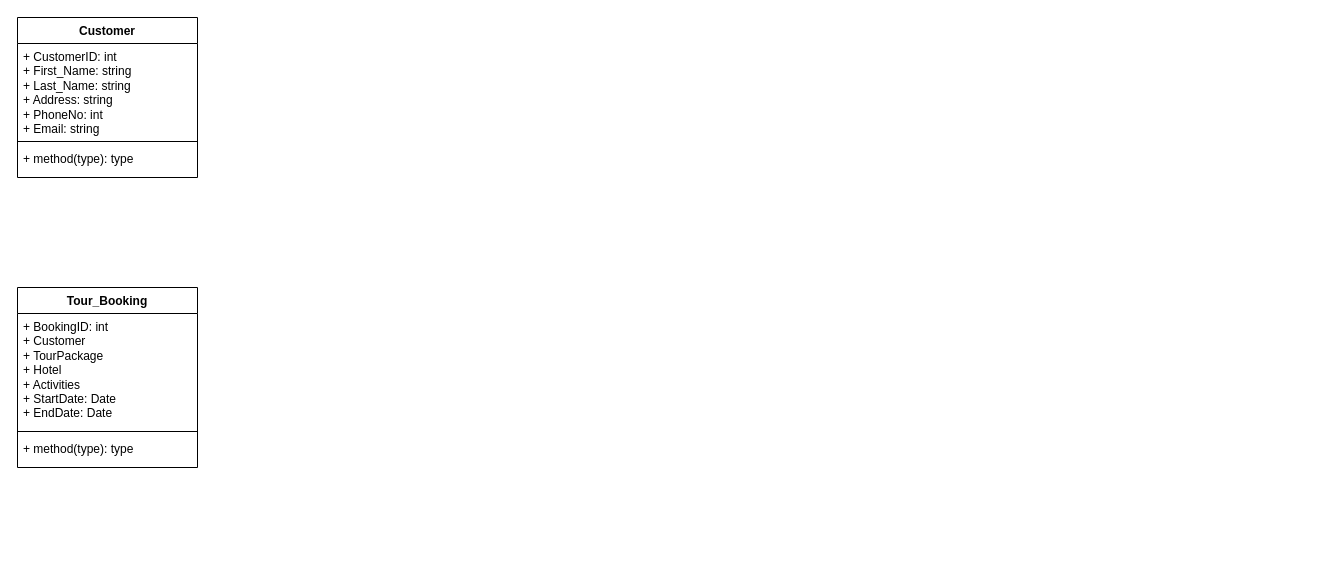
This is Class Diagram Tour.drawio from ziard47/Diagram, a draw.io file, before an edit. Source tidied: cells renumbered, new cells numbered last; positions are measured from the earlier drawing's top-left corner, leaving out a move shared by most shapes. Both pictures are drawn from the tidied source at 100%, with x=0, y=0 at pixel (17, 17).
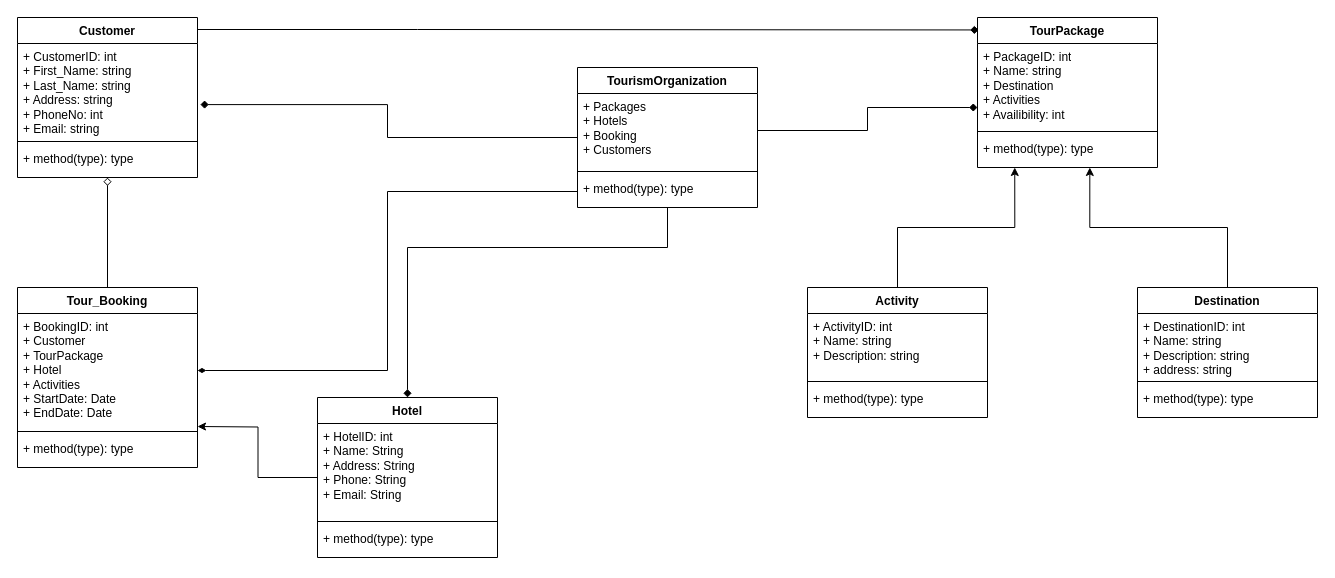
Above is the later version.

Unchanged cells that the change refers to:
```xml
<mxCell id="2" value="Customer" style="swimlane;fontStyle=1;align=center;verticalAlign=top;horizontal=1;startSize=26;whiteSpace=wrap;html=1;" parent="1" vertex="1">
  <mxGeometry width="180" height="160" as="geometry" />
</mxCell>
<mxCell id="3" value="+ CustomerID: int&lt;br&gt;+ First_Name: string&lt;br&gt;+ Last_Name: string&lt;br&gt;+ Address: string&lt;br&gt;+ PhoneNo: int&lt;br&gt;+ Email: string" style="text;strokeColor=none;fillColor=none;align=left;verticalAlign=top;spacingLeft=4;spacingRight=4;overflow=hidden;points=[[0,0.5],[1,0.5]];portConstraint=eastwest;whiteSpace=wrap;html=1;" parent="2" vertex="1">
  <mxGeometry y="26" width="180" height="94" as="geometry" />
</mxCell>
<mxCell id="5" value="+ method(type): type" style="text;strokeColor=none;fillColor=none;align=left;verticalAlign=top;spacingLeft=4;spacingRight=4;overflow=hidden;points=[[0,0.5],[1,0.5]];portConstraint=eastwest;whiteSpace=wrap;html=1;" parent="2" vertex="1">
  <mxGeometry y="128" width="180" height="32" as="geometry" />
</mxCell>
<mxCell id="6" value="Tour_Booking" style="swimlane;fontStyle=1;align=center;verticalAlign=top;horizontal=1;startSize=26;whiteSpace=wrap;html=1;" parent="1" vertex="1">
  <mxGeometry y="270" width="180" height="180" as="geometry" />
</mxCell>
<mxCell id="7" value="+ BookingID: int&lt;br&gt;+ Customer&lt;br&gt;+ TourPackage&lt;br&gt;+ Hotel&lt;br&gt;+ Activities&lt;br&gt;+ StartDate: Date&lt;br&gt;+ EndDate: Date" style="text;strokeColor=none;fillColor=none;align=left;verticalAlign=top;spacingLeft=4;spacingRight=4;overflow=hidden;points=[[0,0.5],[1,0.5]];portConstraint=eastwest;whiteSpace=wrap;html=1;" parent="6" vertex="1">
  <mxGeometry y="26" width="180" height="114" as="geometry" />
</mxCell>
```

Diff of the diagram source:
```diff
@@
+    <mxCell id="10" style="edgeStyle=orthogonalEdgeStyle;rounded=0;jettySize=auto;html=1;entryX=0.006;entryY=0.083;entryDx=0;entryDy=0;entryPerimeter=0;endArrow=diamond;endFill=1;" parent="1" edge="1" source="2" target="24">
+      <mxGeometry relative="1" as="geometry">
+        <Array as="points">
+          <mxPoint x="400" y="12" />
+          <mxPoint x="400" y="12" />
+        </Array>
+      </mxGeometry>
+    </mxCell>
@@
+    <mxCell id="11" style="edgeStyle=orthogonalEdgeStyle;rounded=0;jettySize=auto;html=1;entryX=0.5;entryY=1;entryDx=0;entryDy=0;entryPerimeter=0;endArrow=diamond;endFill=0;" parent="1" edge="1" source="6" target="5">
+      <mxGeometry relative="1" as="geometry" />
+    </mxCell>
@@
+    <mxCell id="12" style="edgeStyle=orthogonalEdgeStyle;rounded=0;jettySize=auto;html=1;" parent="1" edge="1" source="13">
+      <mxGeometry relative="1" as="geometry">
+        <mxPoint x="180" y="409" as="targetPoint" />
+      </mxGeometry>
+    </mxCell>
+    <mxCell id="13" value="Hotel" style="swimlane;fontStyle=1;align=center;verticalAlign=top;horizontal=1;startSize=26;whiteSpace=wrap;html=1;" parent="1" vertex="1">
+      <mxGeometry x="300" y="380" width="180" height="160" as="geometry" />
+    </mxCell>
+    <mxCell id="14" value="+ HotelID: int&lt;br&gt;+ Name: String&lt;br&gt;+ Address: String&lt;br&gt;+ Phone: String&lt;br&gt;+ Email: String&lt;br&gt;" style="text;strokeColor=none;fillColor=none;align=left;verticalAlign=top;spacingLeft=4;spacingRight=4;overflow=hidden;whiteSpace=wrap;html=1;" parent="13" vertex="1">
+      <mxGeometry y="26" width="180" height="94" as="geometry" />
+    </mxCell>
+    <mxCell id="15" style="line;strokeWidth=1;fillColor=none;align=left;verticalAlign=middle;spacingTop=-1;spacingLeft=3;spacingRight=3;labelPosition=right;strokeColor=inherit;" parent="13" vertex="1">
+      <mxGeometry y="120" width="180" height="8" as="geometry" />
+    </mxCell>
+    <mxCell id="16" value="+ method(type): type" style="text;strokeColor=none;fillColor=none;align=left;verticalAlign=top;spacingLeft=4;spacingRight=4;overflow=hidden;whiteSpace=wrap;html=1;" parent="13" vertex="1">
+      <mxGeometry y="128" width="180" height="32" as="geometry" />
+    </mxCell>
+    <mxCell id="17" style="edgeStyle=orthogonalEdgeStyle;rounded=0;jettySize=auto;html=1;entryX=1.016;entryY=0.65;entryDx=0;entryDy=0;entryPerimeter=0;endArrow=diamond;endFill=1;" parent="1" edge="1" source="20" target="3">
+      <mxGeometry relative="1" as="geometry" />
+    </mxCell>
+    <mxCell id="18" style="edgeStyle=orthogonalEdgeStyle;rounded=0;jettySize=auto;html=1;entryX=1;entryY=0.5;entryDx=0;entryDy=0;exitX=0;exitY=0.5;exitDx=0;exitDy=0;endArrow=diamondThin;endFill=1;" parent="1" edge="1" source="23" target="7">
+      <mxGeometry relative="1" as="geometry" />
+    </mxCell>
+    <mxCell id="19" style="edgeStyle=orthogonalEdgeStyle;rounded=0;jettySize=auto;html=1;entryX=0.5;entryY=0;entryDx=0;entryDy=0;endArrow=diamond;endFill=1;" parent="1" edge="1" source="20" target="13">
+      <mxGeometry relative="1" as="geometry">
+        <Array as="points">
+          <mxPoint x="650" y="230" />
+          <mxPoint x="390" y="230" />
+        </Array>
+      </mxGeometry>
+    </mxCell>
+    <mxCell id="20" value="TourismOrganization" style="swimlane;fontStyle=1;align=center;verticalAlign=top;horizontal=1;startSize=26;whiteSpace=wrap;html=1;" parent="1" vertex="1">
+      <mxGeometry x="560" y="50" width="180" height="140" as="geometry" />
+    </mxCell>
+    <mxCell id="21" value="+ Packages&lt;br&gt;+ Hotels&lt;br&gt;+ Booking&lt;br&gt;+ Customers&lt;br&gt;" style="text;strokeColor=none;fillColor=none;align=left;verticalAlign=top;spacingLeft=4;spacingRight=4;overflow=hidden;points=[[0,0.5],[1,0.5]];portConstraint=eastwest;whiteSpace=wrap;html=1;" parent="20" vertex="1">
+      <mxGeometry y="26" width="180" height="74" as="geometry" />
+    </mxCell>
+    <mxCell id="22" style="line;strokeWidth=1;fillColor=none;align=left;verticalAlign=middle;spacingTop=-1;spacingLeft=3;spacingRight=3;labelPosition=right;strokeColor=inherit;" parent="20" vertex="1">
+      <mxGeometry y="100" width="180" height="8" as="geometry" />
+    </mxCell>
+    <mxCell id="23" value="+ method(type): type" style="text;strokeColor=none;fillColor=none;align=left;verticalAlign=top;spacingLeft=4;spacingRight=4;overflow=hidden;points=[[0,0.5],[1,0.5]];portConstraint=eastwest;whiteSpace=wrap;html=1;" parent="20" vertex="1">
+      <mxGeometry y="108" width="180" height="32" as="geometry" />
+    </mxCell>
+    <mxCell id="24" value="TourPackage" style="swimlane;fontStyle=1;align=center;verticalAlign=top;horizontal=1;startSize=26;whiteSpace=wrap;html=1;" parent="1" vertex="1">
+      <mxGeometry x="960" width="180" height="150" as="geometry" />
+    </mxCell>
+    <mxCell id="25" value="+ PackageID: int&lt;br&gt;+ Name: string&lt;br&gt;+ Destination&lt;br&gt;+ Activities&lt;br&gt;+ Availibility: int" style="text;strokeColor=none;fillColor=none;align=left;verticalAlign=top;spacingLeft=4;spacingRight=4;overflow=hidden;points=[[0,0.5],[1,0.5]];portConstraint=eastwest;whiteSpace=wrap;html=1;" parent="24" vertex="1">
+      <mxGeometry y="26" width="180" height="84" as="geometry" />
+    </mxCell>
+    <mxCell id="26" style="line;strokeWidth=1;fillColor=none;align=left;verticalAlign=middle;spacingTop=-1;spacingLeft=3;spacingRight=3;labelPosition=right;strokeColor=inherit;" parent="24" vertex="1">
+      <mxGeometry y="110" width="180" height="8" as="geometry" />
+    </mxCell>
+    <mxCell id="27" value="+ method(type): type" style="text;strokeColor=none;fillColor=none;align=left;verticalAlign=top;spacingLeft=4;spacingRight=4;overflow=hidden;points=[[0,0.5],[1,0.5]];portConstraint=eastwest;whiteSpace=wrap;html=1;" parent="24" vertex="1">
+      <mxGeometry y="118" width="180" height="32" as="geometry" />
+    </mxCell>
+    <mxCell id="28" style="edgeStyle=orthogonalEdgeStyle;rounded=0;jettySize=auto;html=1;entryX=0.207;entryY=1;entryDx=0;entryDy=0;entryPerimeter=0;" parent="1" edge="1" source="29" target="27">
+      <mxGeometry relative="1" as="geometry" />
+    </mxCell>
+    <mxCell id="29" value="Activity" style="swimlane;fontStyle=1;align=center;verticalAlign=top;horizontal=1;startSize=26;whiteSpace=wrap;html=1;" parent="1" vertex="1">
+      <mxGeometry x="790" y="270" width="180" height="130" as="geometry" />
+    </mxCell>
+    <mxCell id="30" value="+ ActivityID: int&lt;br&gt;+ Name: string&lt;br&gt;+ Description: string&lt;br&gt;" style="text;strokeColor=none;fillColor=none;align=left;verticalAlign=top;spacingLeft=4;spacingRight=4;overflow=hidden;whiteSpace=wrap;html=1;" parent="29" vertex="1">
+      <mxGeometry y="26" width="180" height="64" as="geometry" />
+    </mxCell>
+    <mxCell id="31" style="line;strokeWidth=1;fillColor=none;align=left;verticalAlign=middle;spacingTop=-1;spacingLeft=3;spacingRight=3;labelPosition=right;strokeColor=inherit;" parent="29" vertex="1">
+      <mxGeometry y="90" width="180" height="8" as="geometry" />
+    </mxCell>
+    <mxCell id="32" value="+ method(type): type" style="text;strokeColor=none;fillColor=none;align=left;verticalAlign=top;spacingLeft=4;spacingRight=4;overflow=hidden;whiteSpace=wrap;html=1;" parent="29" vertex="1">
+      <mxGeometry y="98" width="180" height="32" as="geometry" />
+    </mxCell>
+    <mxCell id="33" style="edgeStyle=orthogonalEdgeStyle;rounded=0;jettySize=auto;html=1;entryX=0.624;entryY=1;entryDx=0;entryDy=0;entryPerimeter=0;" parent="1" edge="1" source="34" target="27">
+      <mxGeometry relative="1" as="geometry" />
+    </mxCell>
+    <mxCell id="34" value="Destination" style="swimlane;fontStyle=1;align=center;verticalAlign=top;horizontal=1;startSize=26;whiteSpace=wrap;html=1;" parent="1" vertex="1">
+      <mxGeometry x="1120" y="270" width="180" height="130" as="geometry" />
+    </mxCell>
+    <mxCell id="35" value="+ DestinationID: int&lt;br&gt;+ Name: string&lt;br&gt;+ Description: string&lt;br&gt;+ address: string" style="text;strokeColor=none;fillColor=none;align=left;verticalAlign=top;spacingLeft=4;spacingRight=4;overflow=hidden;whiteSpace=wrap;html=1;" parent="34" vertex="1">
+      <mxGeometry y="26" width="180" height="64" as="geometry" />
+    </mxCell>
+    <mxCell id="36" style="line;strokeWidth=1;fillColor=none;align=left;verticalAlign=middle;spacingTop=-1;spacingLeft=3;spacingRight=3;labelPosition=right;strokeColor=inherit;" parent="34" vertex="1">
+      <mxGeometry y="90" width="180" height="8" as="geometry" />
+    </mxCell>
+    <mxCell id="37" value="+ method(type): type" style="text;strokeColor=none;fillColor=none;align=left;verticalAlign=top;spacingLeft=4;spacingRight=4;overflow=hidden;whiteSpace=wrap;html=1;" parent="34" vertex="1">
+      <mxGeometry y="98" width="180" height="32" as="geometry" />
+    </mxCell>
+    <mxCell id="38" style="edgeStyle=orthogonalEdgeStyle;rounded=0;jettySize=auto;html=1;entryX=0;entryY=0.762;entryDx=0;entryDy=0;entryPerimeter=0;endArrow=diamond;endFill=1;" parent="1" edge="1" source="21" target="25">
+      <mxGeometry relative="1" as="geometry" />
+    </mxCell>
```
